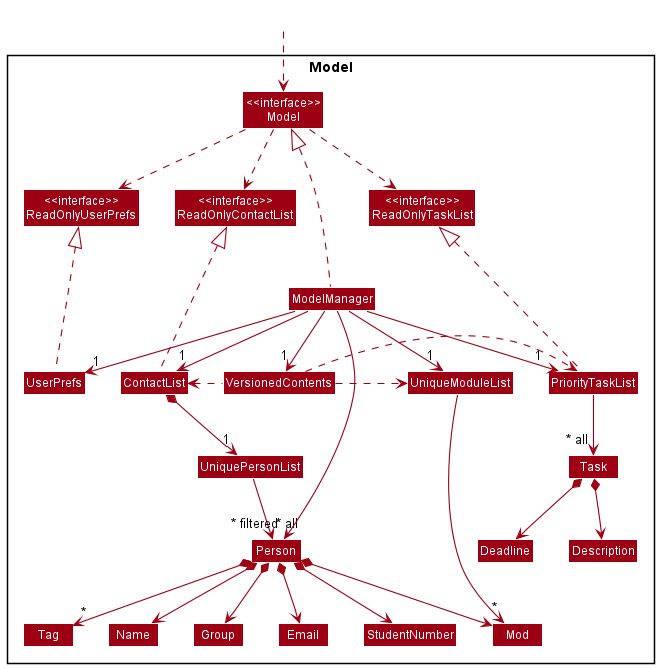
Before: docs/images/ModelClassDiagram.png, a diagram exported from PlantUML (s7manth/tp). Source of this version:
```plantuml
@startuml
!include style.puml
skinparam arrowThickness 1.1
skinparam arrowColor MODEL_COLOR
skinparam classBackgroundColor MODEL_COLOR

Package Model <<Rectangle>>{
Class "<<interface>>\nReadOnlyTaskList" as ReadOnlyTaskList
Class "<<interface>>\nReadOnlyContactList" as ReadOnlyContactList
Class "<<interface>>\nReadOnlyUserPrefs" as ReadOnlyUserPrefs
Class "<<interface>>\nModel" as Model

Class ContactList
Class ModelManager
Class UserPrefs
Class VersionedContents

Class PriorityTaskList
Class Task
Class UniqueModuleList
Class Description
Class Deadline

Class UniquePersonList
Class Person
Class Mod
Class Group
Class Email
Class Name
Class StudentNumber
Class Tag

}

Class HiddenOutside #FFFFFF
HiddenOutside ..> Model

ModelManager .up..|> Model
Model .down.> ReadOnlyUserPrefs
Model .down.> ReadOnlyContactList
Model .down.> ReadOnlyTaskList

ModelManager -down-> "1" ContactList
ModelManager -down-> "1" UserPrefs
ModelManager -down-> "1" PriorityTaskList
ModelManager -down-> "1" VersionedContents
ModelManager -down-> "1" UniqueModuleList

VersionedContents .right.> PriorityTaskList
VersionedContents .right.> UniqueModuleList
VersionedContents .left.> ContactList

UserPrefs .up..|> ReadOnlyUserPrefs

UniqueModuleList -down-> "*" Mod

PriorityTaskList .up..|> ReadOnlyTaskList
PriorityTaskList -down-> "~* all" Task
Task *--> Description
Task *--> Deadline

ReadOnlyContactList -[hidden]right-> ReadOnlyTaskList
ReadOnlyContactList -[hidden]left-> ReadOnlyUserPrefs

ContactList .up..|> ReadOnlyContactList
ContactList *-down-> "1" UniquePersonList
UniquePersonList --> "~* all" Person
Person *--> Name
Person *--> StudentNumber
Person *--> Email
Person *--> Mod
Person *--> Group
Person *--> "*" Tag

Name -[hidden]right-> StudentNumber
Name -[hidden]right-> Email
StudentNumber -[hidden]right-> Mod
Mod -[hidden]right-> Group

ModelManager -->"~* filtered" Person
@enduml
```
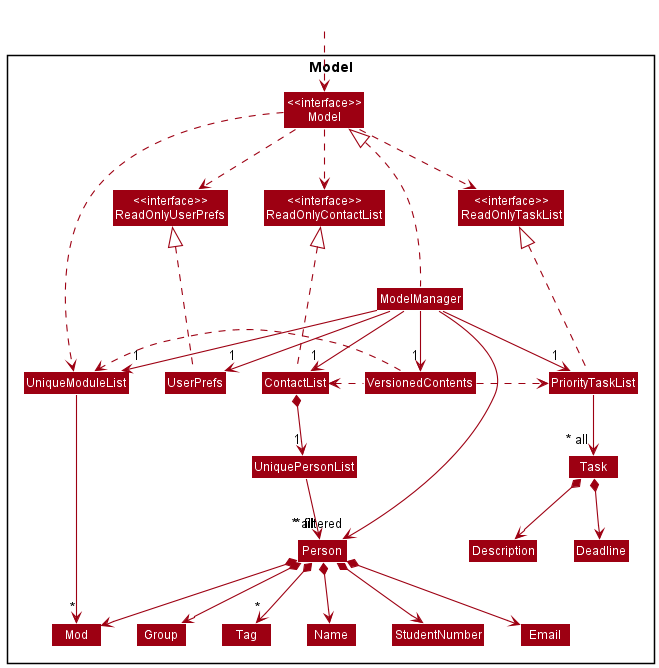
Above is the later version.

Commit message:
[DOC] Update module component

Diff of the diagram source:
```diff
@@ -39,6 +39,7 @@
 Model .down.> ReadOnlyUserPrefs
 Model .down.> ReadOnlyContactList
 Model .down.> ReadOnlyTaskList
+Model .down..> UniqueModuleList
 
 ModelManager -down-> "1" ContactList
 ModelManager -down-> "1" UserPrefs
```
